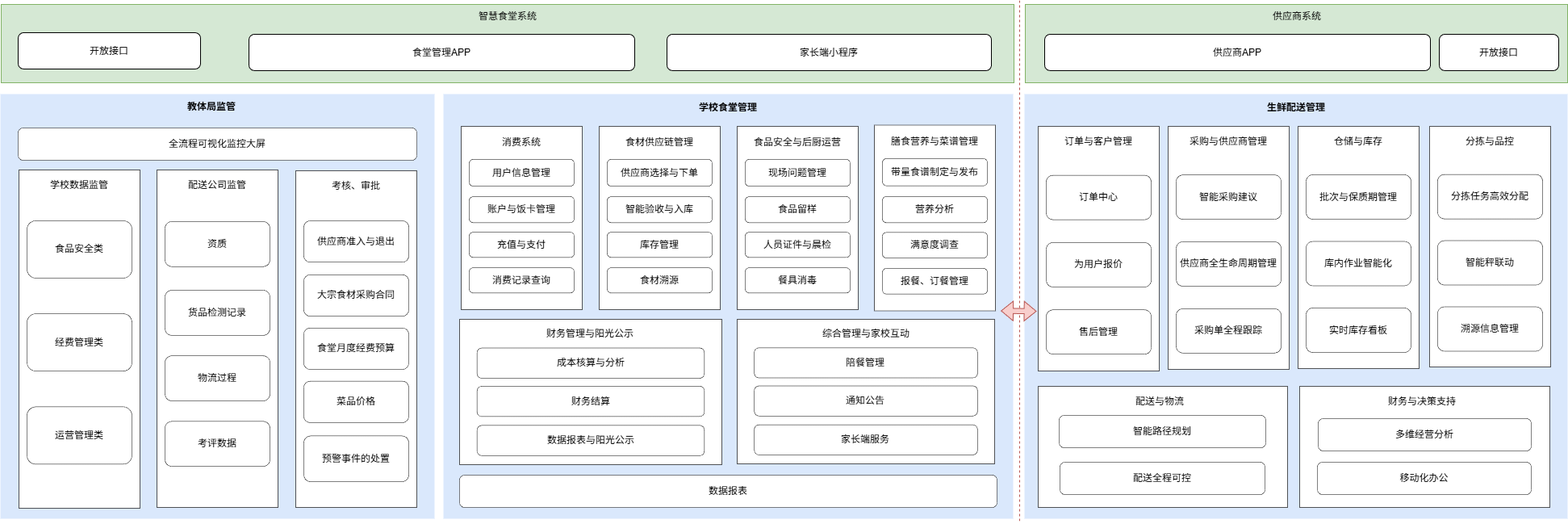
The draw.io diagram 阳光食堂.drawio.png in liolay/draw, before a commit. Source tidied: cells renumbered, new cells last; positions are measured from the earlier drawing's top-left corner, leaving out a move shared by most shapes.
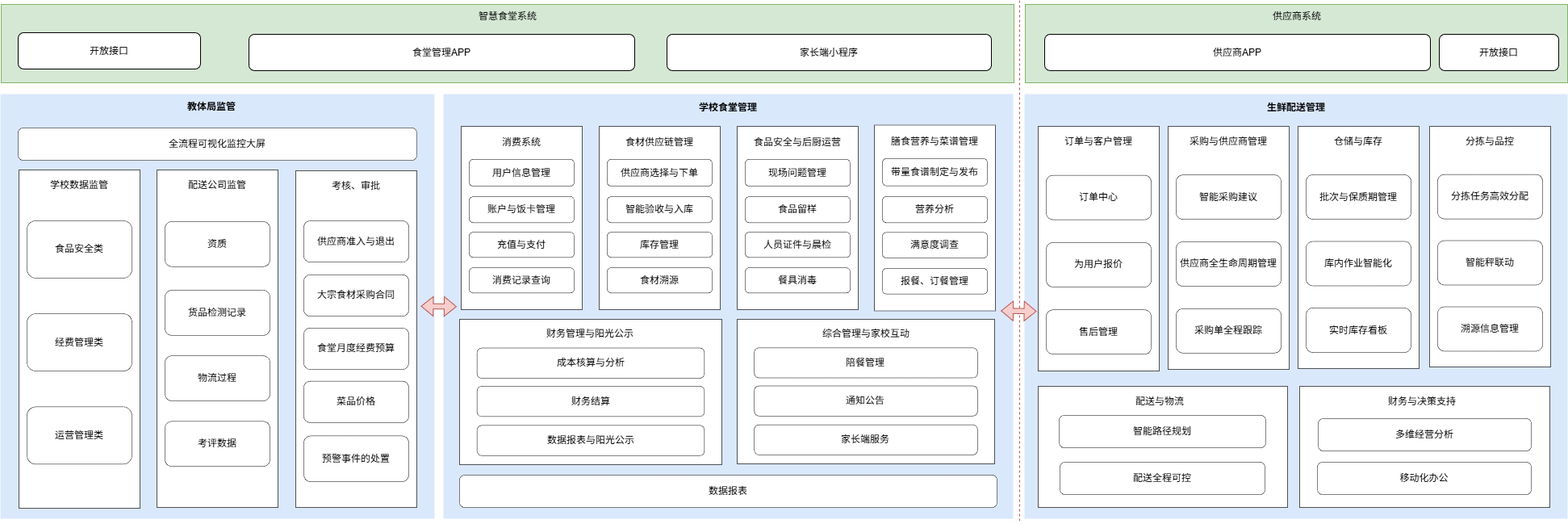
Later version of the same file.

Commit message:
更新阳光食堂.drawio.png

Diff of the diagram source:
```diff
@@ -335,5 +335,11 @@
         <mxPoint x="1284" y="385" as="targetPoint" />
       </mxGeometry>
     </mxCell>
+    <mxCell id="111" style="shape=flexArrow;endArrow=classic;startArrow=classic;html=1;rounded=0;fillColor=#f8cecc;strokeColor=#b85450;width=6.428571428571429;endSize=4.628571428571429;startWidth=16.83673469387755;startSize=4.628571428571429;endWidth=16.83673469387755;" parent="1" edge="1">
+      <mxGeometry relative="1" as="geometry">
+        <mxPoint x="521" y="378.8" as="sourcePoint" />
+        <mxPoint x="565.3" y="379.2" as="targetPoint" />
+      </mxGeometry>
+    </mxCell>
   </root>
 </mxGraphModel>
```
